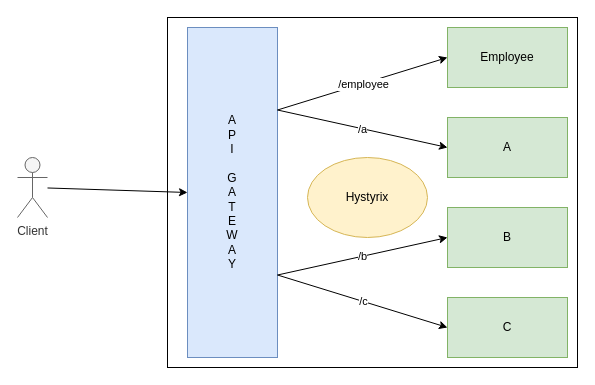
Earlier version of the draw.io diagram Demo Diagram.drawio (sunil1519G/UML). Source tidied: cells renumbered, new cells numbered last; positions are measured from the earlier drawing's top-left corner, leaving out a move shared by most shapes. Both pictures are drawn from the tidied source at 100%, with x=0, y=0 at pixel (17, 17).
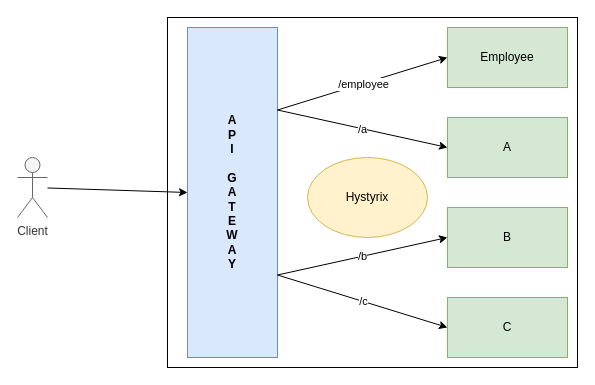
The same diagram, later.

Change to the diagram source:
```diff
@@
 <mxGraphModel>
   <root>
     <mxCell id="0" />
     <mxCell id="1" parent="0" />
     <mxCell id="2" style="whiteSpace=wrap;html=1;shadow=0;" parent="1" vertex="1">
       <mxGeometry x="150" width="410" height="350" as="geometry" />
     </mxCell>
     <mxCell id="3" value="Employee" style="rounded=0;whiteSpace=wrap;html=1;fillColor=#d5e8d4;strokeColor=#82b366;" parent="1" vertex="1">
       <mxGeometry x="430" y="10" width="120" height="60" as="geometry" />
     </mxCell>
     <mxCell id="4" value="A" style="rounded=0;whiteSpace=wrap;html=1;fillColor=#d5e8d4;strokeColor=#82b366;" parent="1" vertex="1">
       <mxGeometry x="430" y="100" width="120" height="60" as="geometry" />
     </mxCell>
     <mxCell id="5" value="B" style="rounded=0;whiteSpace=wrap;html=1;fillColor=#d5e8d4;strokeColor=#82b366;" parent="1" vertex="1">
       <mxGeometry x="430" y="190" width="120" height="60" as="geometry" />
     </mxCell>
     <mxCell id="6" value="C" style="rounded=0;whiteSpace=wrap;html=1;fillColor=#d5e8d4;strokeColor=#82b366;" parent="1" vertex="1">
       <mxGeometry x="430" y="280" width="120" height="60" as="geometry" />
     </mxCell>
     <mxCell id="7" value="Hystyrix" style="ellipse;whiteSpace=wrap;html=1;shadow=0;fillColor=#fff2cc;strokeColor=#d6b656;" parent="1" vertex="1">
       <mxGeometry x="290" y="140" width="120" height="80" as="geometry" />
     </mxCell>
-    <mxCell id="8" value="A&lt;br&gt;P&lt;br&gt;I&lt;br&gt;&amp;nbsp;&lt;br&gt;G&lt;br&gt;A&lt;br&gt;T&lt;br&gt;E&lt;br&gt;W&lt;br&gt;A&lt;br&gt;Y" style="whiteSpace=wrap;html=1;shadow=0;fillColor=#dae8fc;strokeColor=#6c8ebf;" parent="1" vertex="1">
+    <mxCell id="8" value="&lt;b&gt;A&lt;br&gt;P&lt;br&gt;I&lt;br&gt;&amp;nbsp;&lt;br&gt;G&lt;br&gt;A&lt;br&gt;T&lt;br&gt;E&lt;br&gt;W&lt;br&gt;A&lt;br&gt;Y&lt;/b&gt;" style="whiteSpace=wrap;html=1;shadow=0;fillColor=#dae8fc;strokeColor=#6c8ebf;" parent="1" vertex="1">
       <mxGeometry x="170" y="10" width="90" height="330" as="geometry" />
     </mxCell>
     <mxCell id="9" style="edgeStyle=none;rounded=0;jettySize=auto;html=1;entryX=0;entryY=0.5;entryDx=0;entryDy=0;" parent="1" edge="1" source="10" target="8">
       <mxGeometry relative="1" as="geometry" />
     </mxCell>
     <mxCell id="10" value="Client" style="shape=umlActor;verticalLabelPosition=bottom;verticalAlign=top;html=1;outlineConnect=0;shadow=0;fillColor=#f5f5f5;strokeColor=#666666;fontColor=#333333;" parent="1" vertex="1">
       <mxGeometry y="140" width="30" height="60" as="geometry" />
     </mxCell>
     <mxCell id="11" style="endArrow=classic;html=1;rounded=0;entryX=0;entryY=0.5;entryDx=0;entryDy=0;exitX=1;exitY=0.25;exitDx=0;exitDy=0;" parent="1" edge="1" source="8" target="3">
       <mxGeometry relative="1" as="geometry" />
     </mxCell>
     <mxCell id="12" value="/employee" style="edgeLabel;html=1;align=center;verticalAlign=middle;shadow=0;" parent="11" vertex="1">
       <mxGeometry relative="1" as="geometry" />
     </mxCell>
     <mxCell id="13" style="endArrow=classic;html=1;rounded=0;entryX=0;entryY=0.5;entryDx=0;entryDy=0;exitX=1;exitY=0.25;exitDx=0;exitDy=0;" parent="1" edge="1" source="8" target="4">
       <mxGeometry relative="1" as="geometry" />
     </mxCell>
     <mxCell id="14" value="/a" style="edgeLabel;html=1;align=center;verticalAlign=middle;shadow=0;" parent="13" vertex="1">
       <mxGeometry relative="1" as="geometry" />
     </mxCell>
     <mxCell id="15" style="endArrow=classic;html=1;rounded=0;entryX=0;entryY=0.5;entryDx=0;entryDy=0;exitX=1;exitY=0.75;exitDx=0;exitDy=0;" parent="1" edge="1" source="8" target="5">
       <mxGeometry relative="1" as="geometry" />
     </mxCell>
     <mxCell id="16" value="/b" style="edgeLabel;html=1;align=center;verticalAlign=middle;shadow=0;" parent="15" vertex="1">
       <mxGeometry relative="1" as="geometry" />
     </mxCell>
     <mxCell id="17" style="endArrow=classic;html=1;rounded=0;entryX=0;entryY=0.5;entryDx=0;entryDy=0;exitX=1;exitY=0.75;exitDx=0;exitDy=0;" parent="1" edge="1" source="8" target="6">
       <mxGeometry relative="1" as="geometry" />
     </mxCell>
     <mxCell id="18" value="/c" style="edgeLabel;html=1;align=center;verticalAlign=middle;shadow=0;" parent="17" vertex="1">
       <mxGeometry relative="1" as="geometry" />
     </mxCell>
   </root>
 </mxGraphModel>
```
